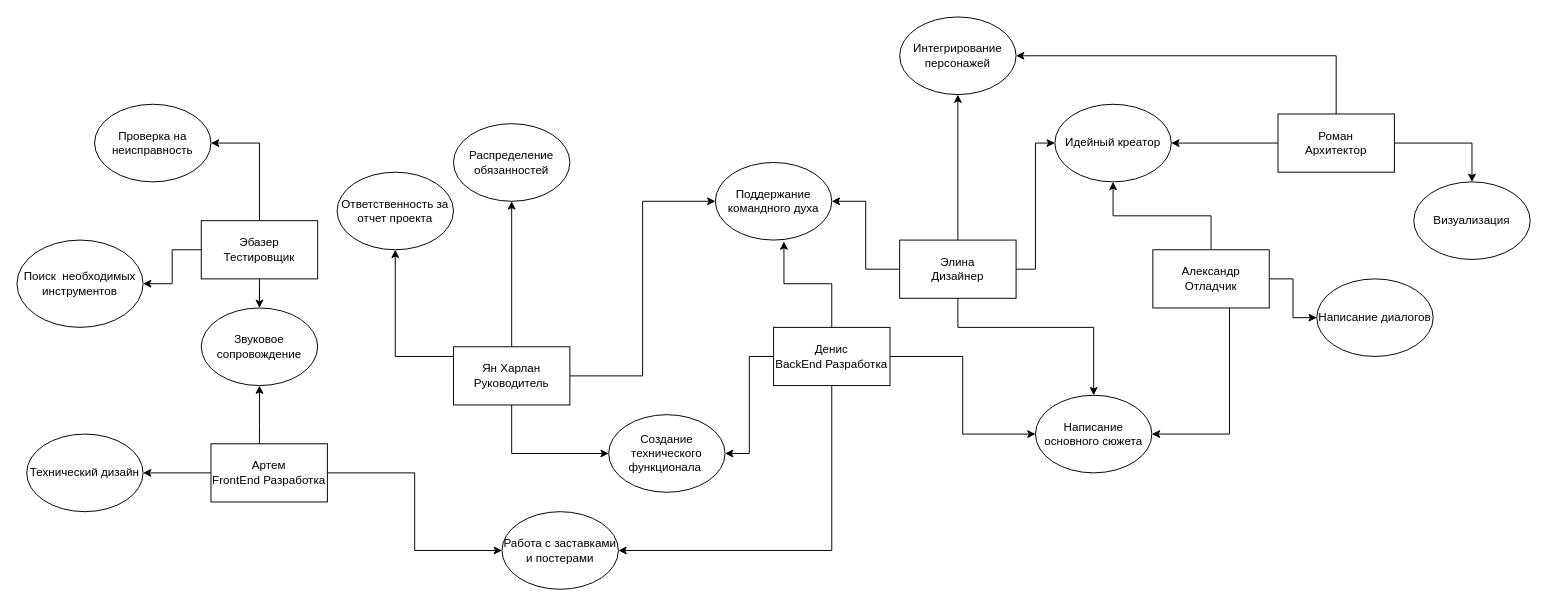
DLordxxx/Death-Parade keeps this draw.io diagram as распределение ролей.drawio. Above is the earlier version. Source tidied: cells renumbered, new cells numbered last; positions are measured from the earlier drawing's top-left corner, leaving out a move shared by most shapes. Both pictures are drawn from the tidied source at 97%, with x=0, y=0 at pixel (16, 16).
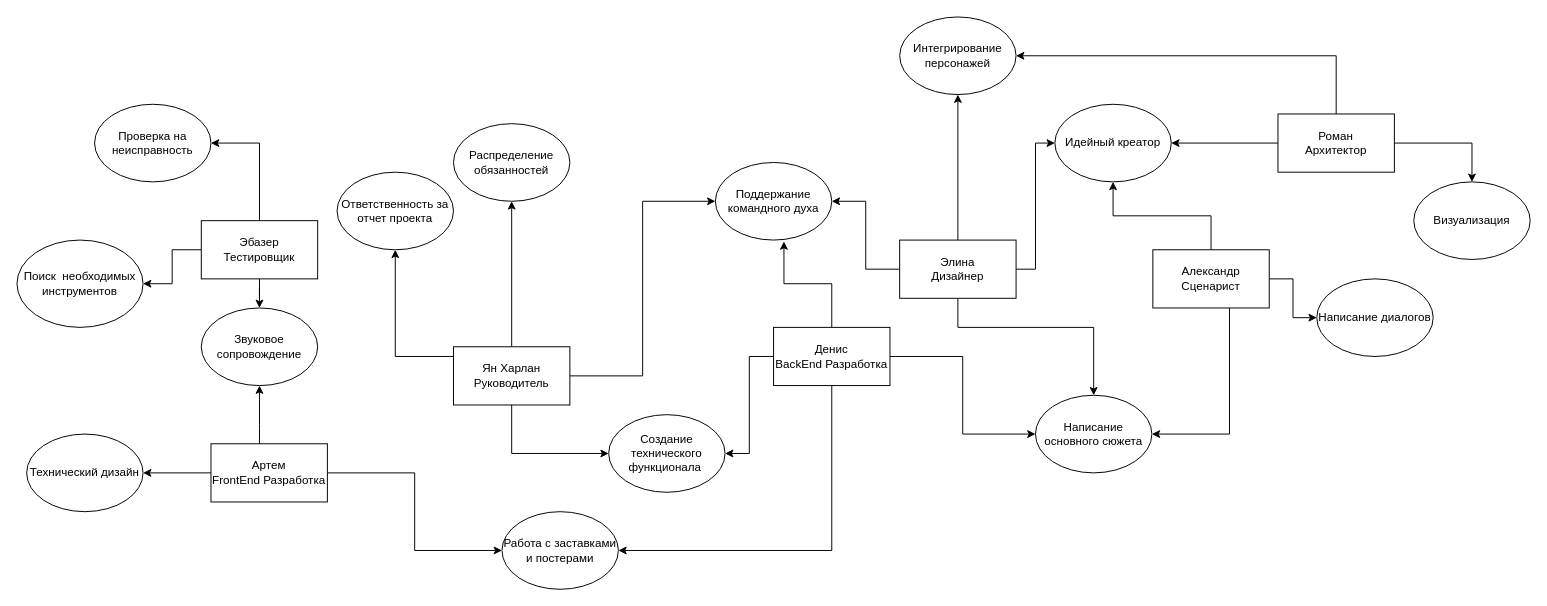
Above is the later version.

Diff of the diagram source:
```diff
@@
-    <mxCell id="29" value="Александр&lt;br&gt;Отладчик" style="rounded=0;whiteSpace=wrap;html=1;" parent="1" vertex="1">
+    <mxCell id="29" value="Александр&lt;br&gt;Сценарист" style="rounded=0;whiteSpace=wrap;html=1;" parent="1" vertex="1">
       <mxGeometry x="1171" y="240" width="120" height="60" as="geometry" />
     </mxCell>
```
